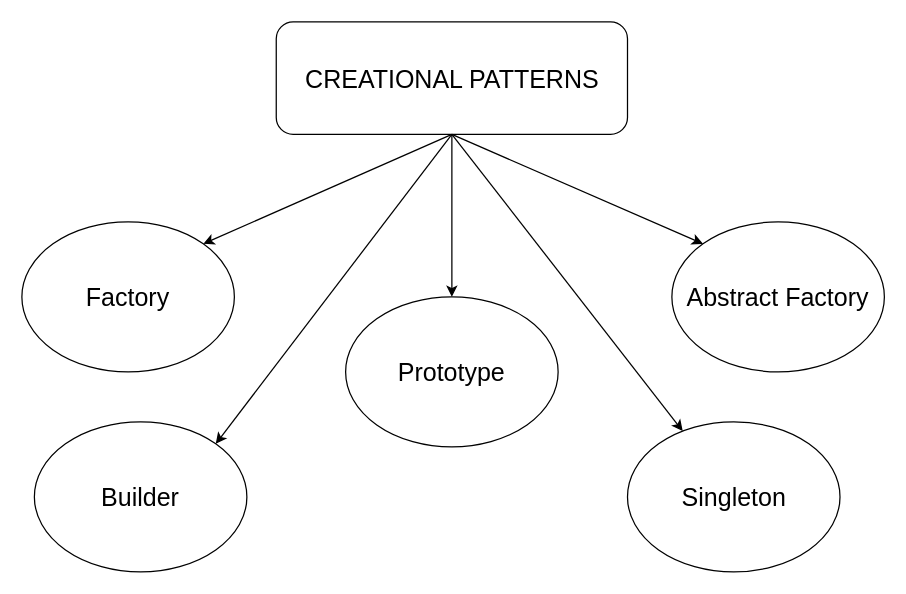
Earlier version of the draw.io diagram Creational/CreationalPatterns.drawio (singhjaskaran2002/design-patterns). Source tidied: cells renumbered, new cells numbered last; positions are measured from the earlier drawing's top-left corner, leaving out a move shared by most shapes. Both pictures are drawn from the tidied source at 125%, with x=0, y=0 at pixel (21, 21).
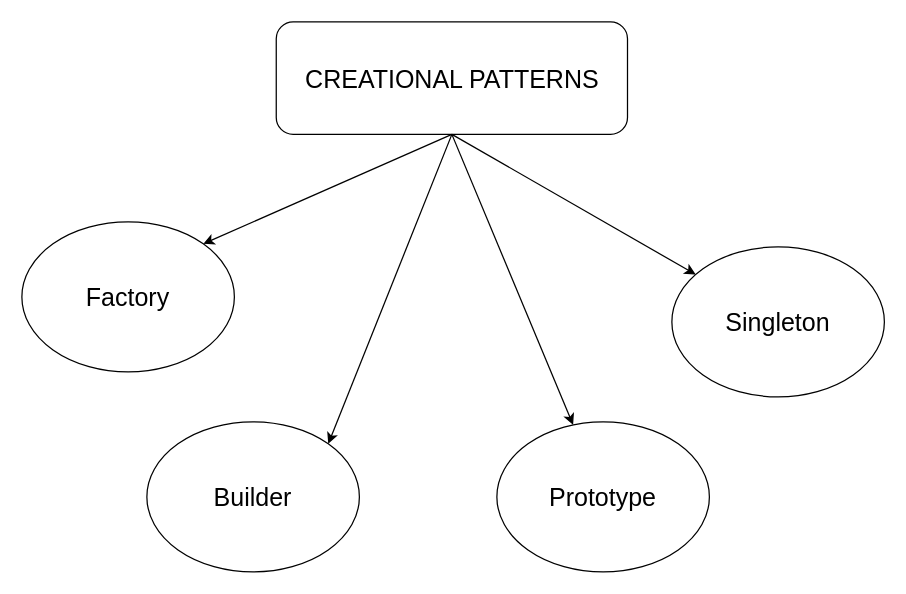
After the change.

Commit message:
updated creational pattern diagram

What changed in the source:
```diff
@@
 <mxGraphModel>
   <root>
     <mxCell id="0" />
     <mxCell id="1" parent="0" />
     <mxCell id="2" value="CREATIONAL PATTERNS" style="rounded=1;whiteSpace=wrap;html=1;fontSize=20;" parent="1" vertex="1">
       <mxGeometry x="203.5" width="281" height="90" as="geometry" />
     </mxCell>
     <mxCell id="3" value="Factory" style="ellipse;whiteSpace=wrap;html=1;fontSize=20;" parent="1" vertex="1">
       <mxGeometry y="160" width="170" height="120" as="geometry" />
     </mxCell>
     <mxCell id="4" value="Prototype" style="ellipse;whiteSpace=wrap;html=1;fontSize=20;" parent="1" vertex="1">
-      <mxGeometry x="259" y="220" width="170" height="120" as="geometry" />
+      <mxGeometry x="380" y="320" width="170" height="120" as="geometry" />
     </mxCell>
-    <mxCell id="5" value="Abstract Factory" style="ellipse;whiteSpace=wrap;html=1;fontSize=20;" parent="1" vertex="1">
-      <mxGeometry x="520" y="160" width="170" height="120" as="geometry" />
-    </mxCell>
     <mxCell id="6" style="endArrow=classic;html=1;fontSize=20;exitX=0.5;exitY=1;exitDx=0;exitDy=0;entryX=1;entryY=0;entryDx=0;entryDy=0;" parent="1" edge="1" source="2" target="3">
       <mxGeometry relative="1" as="geometry" />
     </mxCell>
     <mxCell id="7" style="endArrow=classic;html=1;fontSize=20;exitX=0.5;exitY=1;exitDx=0;exitDy=0;" parent="1" edge="1" source="2" target="4">
       <mxGeometry relative="1" as="geometry" />
     </mxCell>
-    <mxCell id="8" style="endArrow=classic;html=1;fontSize=20;exitX=0.5;exitY=1;exitDx=0;exitDy=0;entryX=0;entryY=0;entryDx=0;entryDy=0;" parent="1" edge="1" source="2" target="5">
-      <mxGeometry relative="1" as="geometry" />
-    </mxCell>
     <mxCell id="9" value="Builder" style="ellipse;whiteSpace=wrap;html=1;fontSize=20;" parent="1" vertex="1">
-      <mxGeometry x="10" y="320" width="170" height="120" as="geometry" />
+      <mxGeometry x="100" y="320" width="170" height="120" as="geometry" />
     </mxCell>
     <mxCell id="10" value="Singleton" style="ellipse;whiteSpace=wrap;html=1;fontSize=20;" parent="1" vertex="1">
-      <mxGeometry x="484.5" y="320" width="170" height="120" as="geometry" />
+      <mxGeometry x="520" y="180" width="170" height="120" as="geometry" />
     </mxCell>
     <mxCell id="11" style="endArrow=classic;html=1;fontSize=20;entryX=1;entryY=0;entryDx=0;entryDy=0;exitX=0.5;exitY=1;exitDx=0;exitDy=0;" parent="1" edge="1" source="2" target="9">
       <mxGeometry relative="1" as="geometry" />
     </mxCell>
     <mxCell id="12" style="endArrow=classic;html=1;fontSize=20;exitX=0.5;exitY=1;exitDx=0;exitDy=0;" parent="1" edge="1" source="2" target="10">
       <mxGeometry relative="1" as="geometry" />
     </mxCell>
   </root>
 </mxGraphModel>
```
